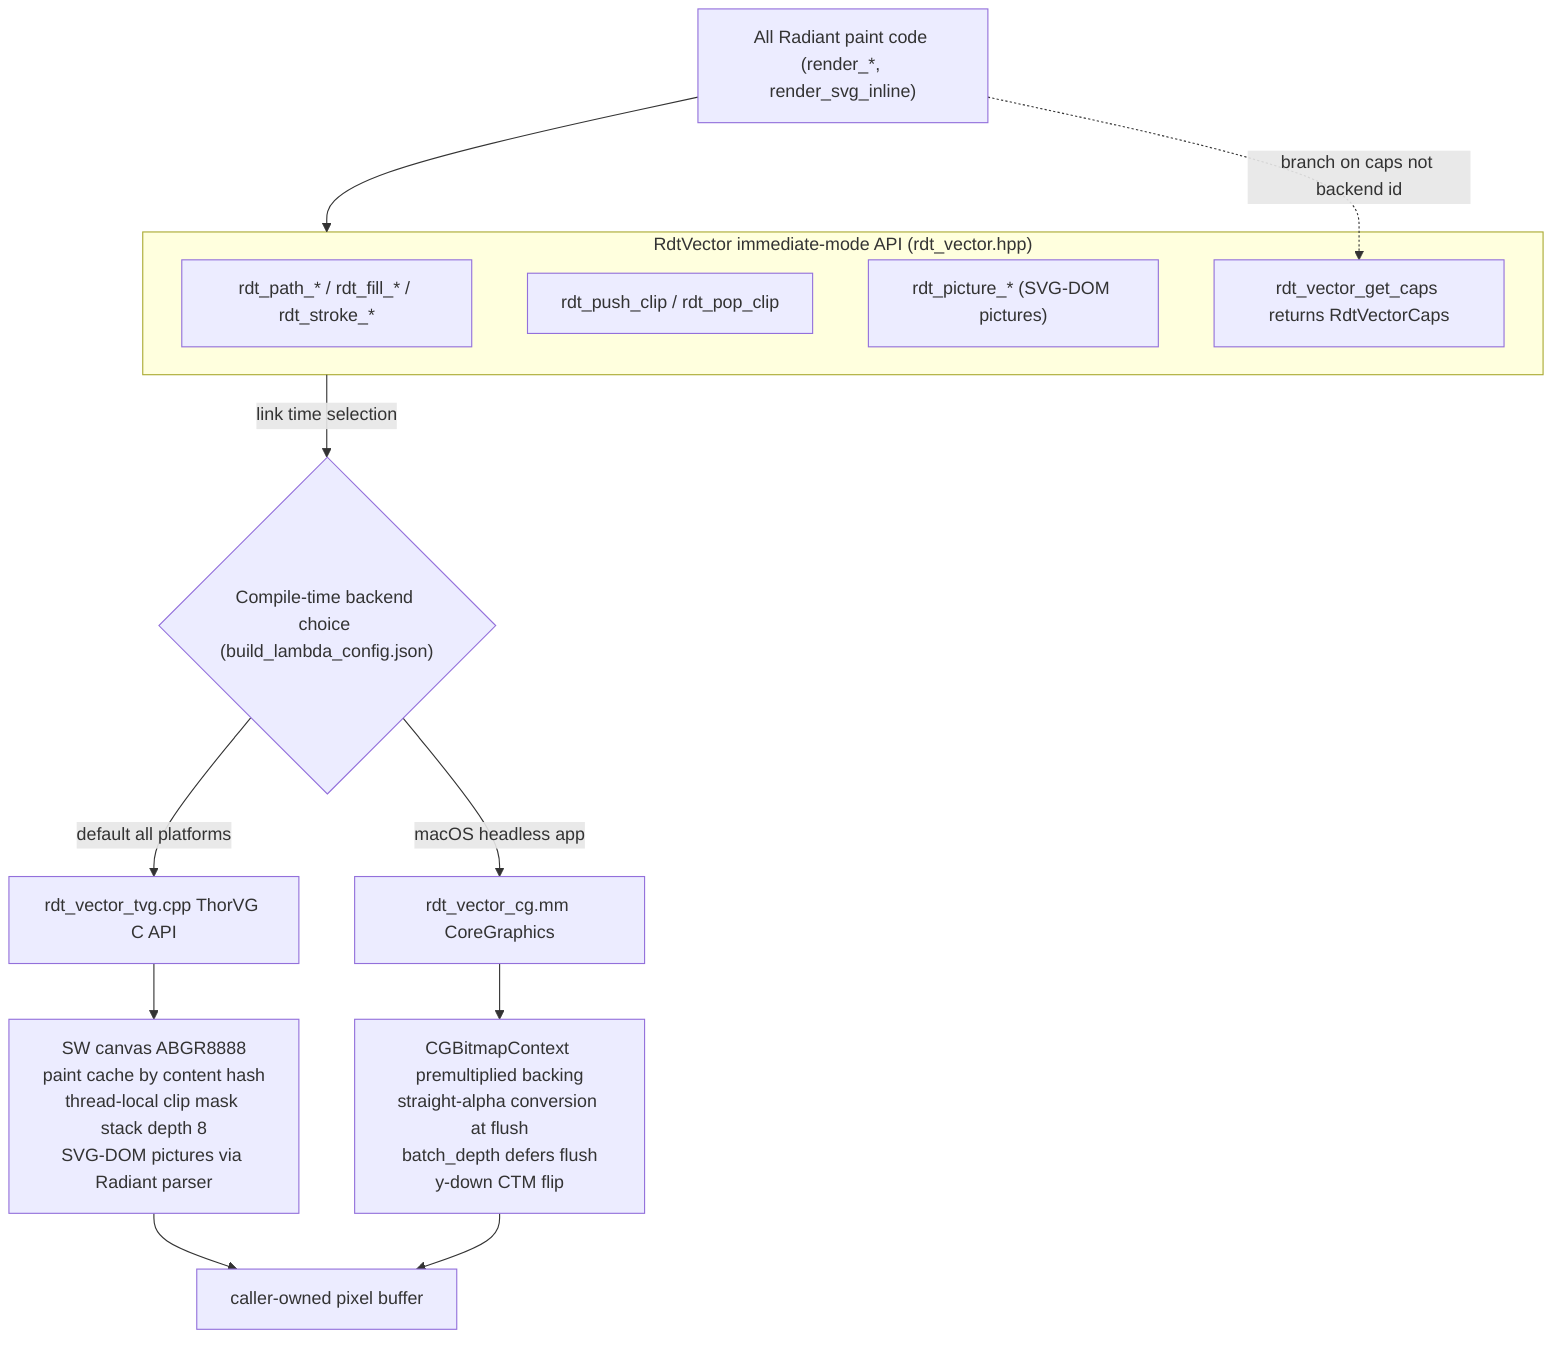
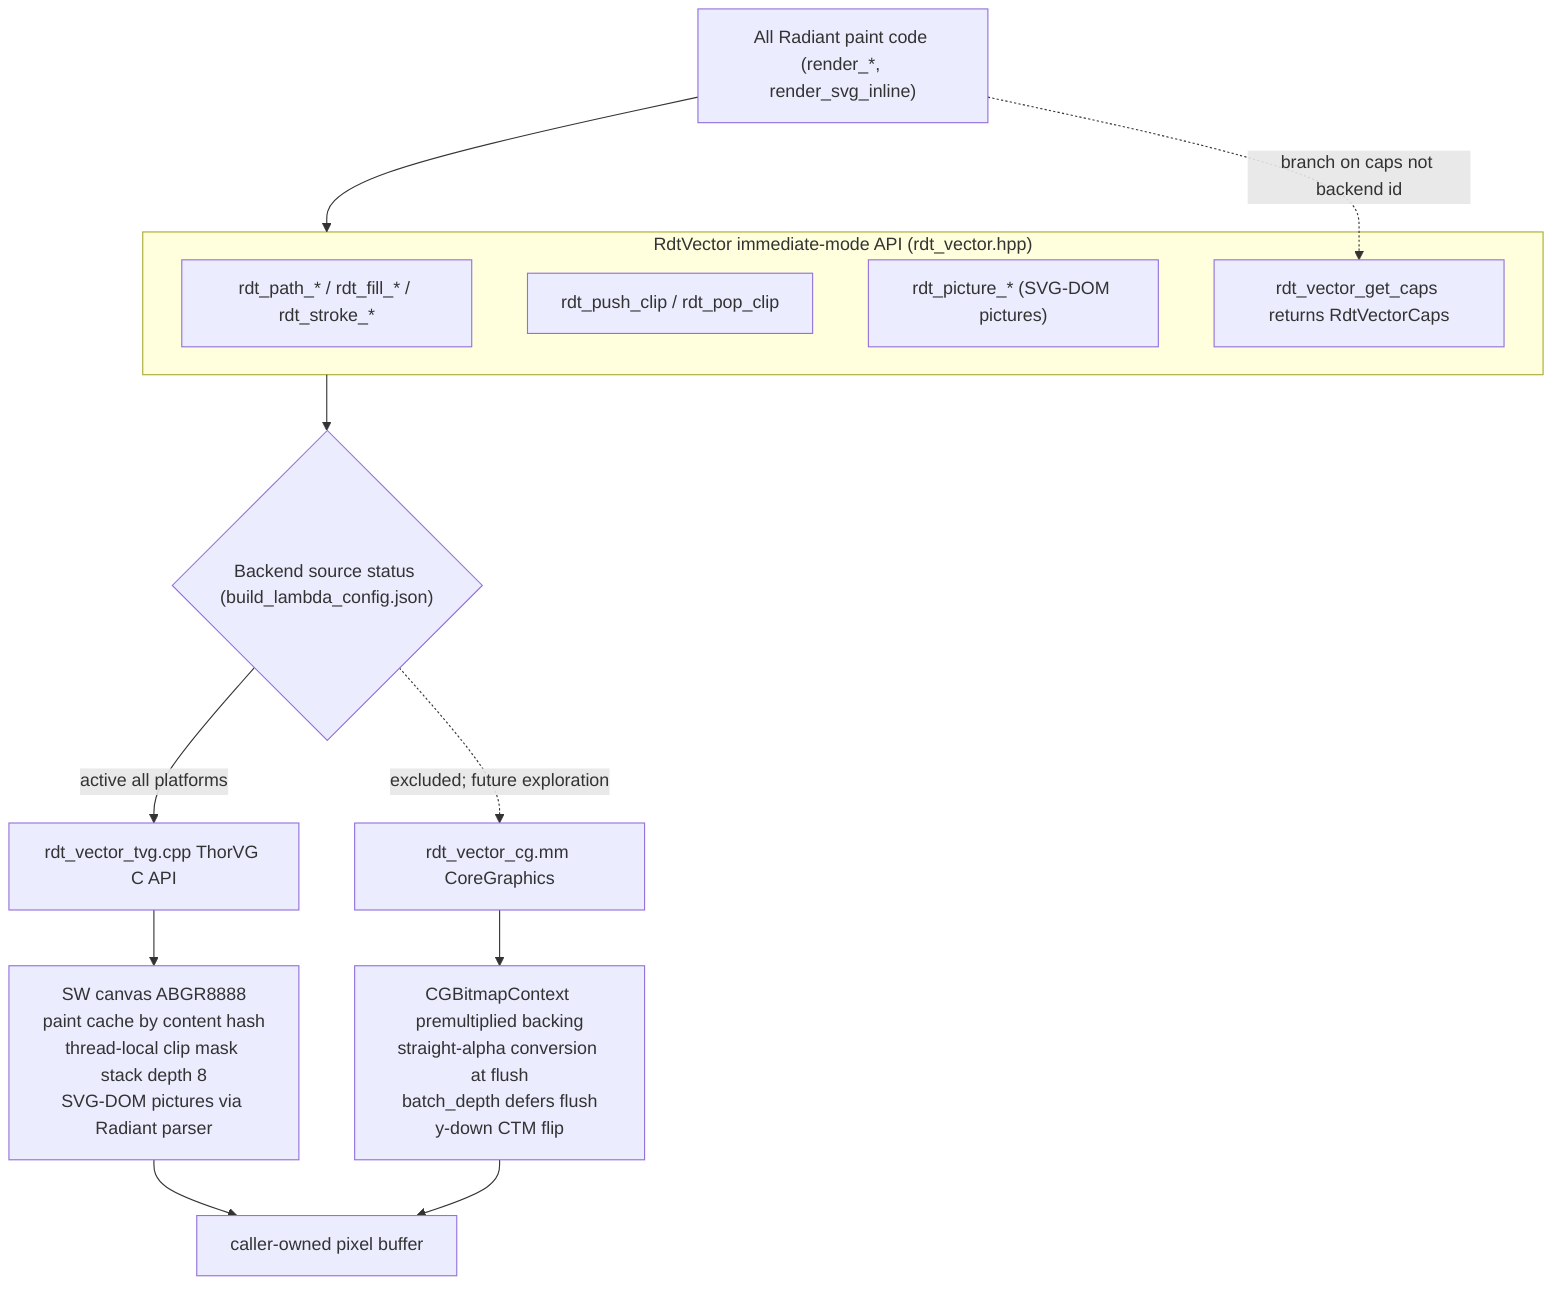
flowchart TB
    subgraph API["RdtVector immediate-mode API (rdt_vector.hpp)"]
        A1["rdt_path_* / rdt_fill_* / rdt_stroke_*"]
        A2["rdt_push_clip / rdt_pop_clip"]
        A3["rdt_picture_* (SVG-DOM pictures)"]
        A4["rdt_vector_get_caps returns RdtVectorCaps"]
    end

    Callers["All Radiant paint code (render_*, render_svg_inline)"] --> API
    Callers -. "branch on caps not backend id" .-> A4

-     API -->|link time selection| SEL{"Compile-time backend choice (build_lambda_config.json)"}
+     API --> SEL{"Backend source status (build_lambda_config.json)"}

-     SEL -->|"default all platforms"| TVG["rdt_vector_tvg.cpp ThorVG C API"]
-     SEL -->|"macOS headless app"| CG["rdt_vector_cg.mm CoreGraphics"]
+     SEL -->|"active all platforms"| TVG["rdt_vector_tvg.cpp ThorVG C API"]
+     SEL -.->|"excluded; future exploration"| CG["rdt_vector_cg.mm CoreGraphics"]

    TVG --> TVGb["SW canvas ABGR8888<br/>paint cache by content hash<br/>thread-local clip mask stack depth 8<br/>SVG-DOM pictures via Radiant parser"]
    CG --> CGb["CGBitmapContext premultiplied backing<br/>straight-alpha conversion at flush<br/>batch_depth defers flush<br/>y-down CTM flip"]

    TVGb --> Px["caller-owned pixel buffer"]
    CGb --> Px
